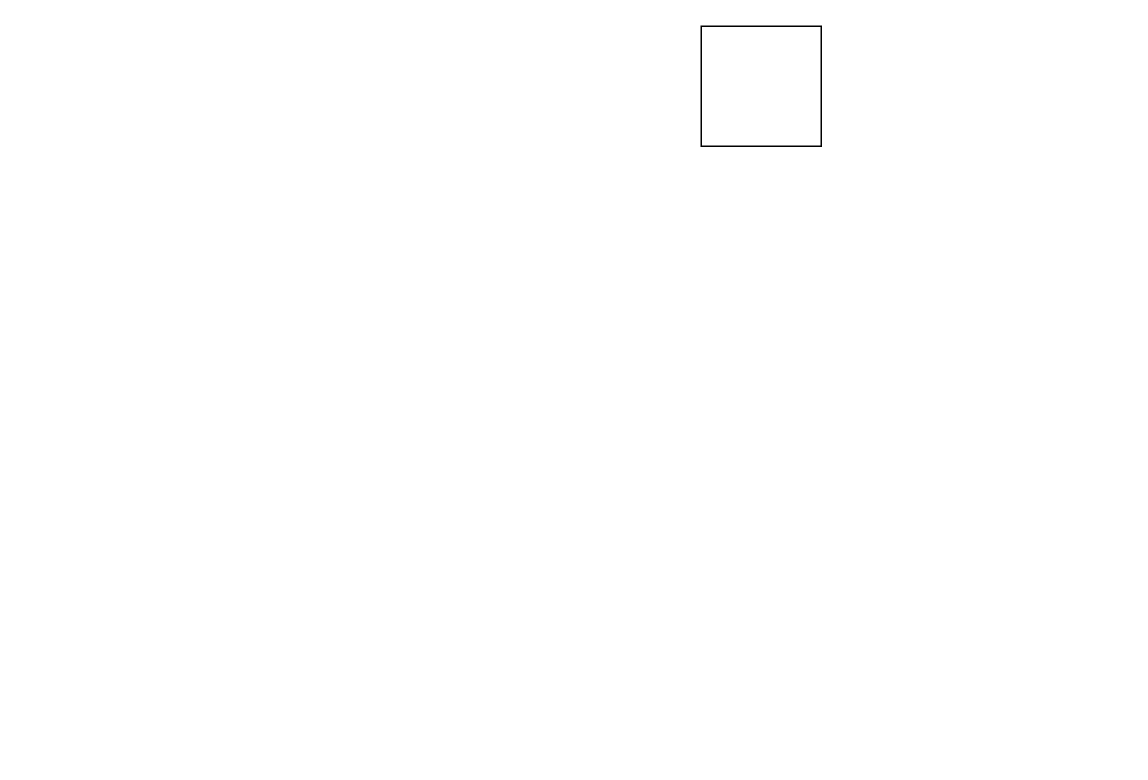
Before: Untitled Diagram.drawio in fovegage/argocd-lab, a draw.io diagram. Source tidied: cells renumbered, new cells numbered last; positions are measured from the earlier drawing's top-left corner, leaving out a move shared by most shapes. Both pictures are drawn from the tidied source at 150%, with x=0, y=0 at pixel (700, 26).
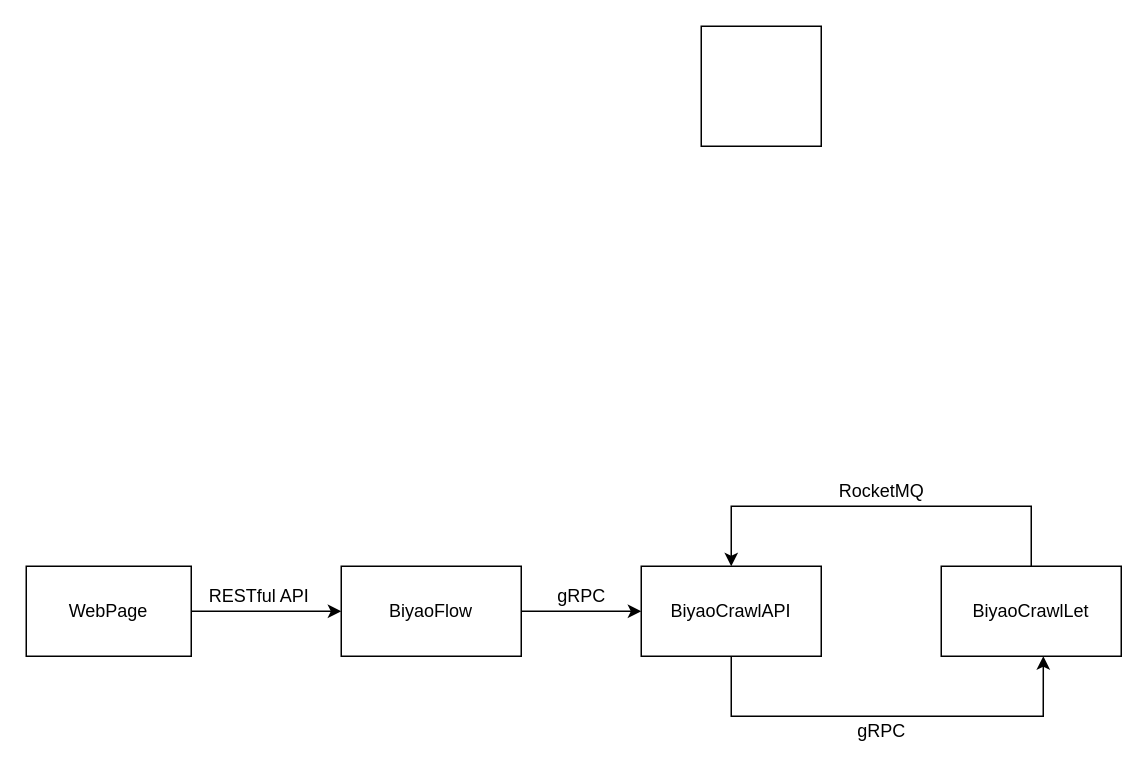
After the change.

What changed in the source:
```diff
@@
 <mxGraphModel>
   <root>
     <mxCell id="0" />
     <mxCell id="1" parent="0" />
     <mxCell id="2" style="whiteSpace=wrap;html=1;" parent="1" vertex="1">
       <mxGeometry width="80" height="80" as="geometry" />
     </mxCell>
+    <mxCell id="3" style="edgeStyle=orthogonalEdgeStyle;rounded=0;jettySize=auto;html=1;" parent="1" edge="1" source="4" target="6">
+      <mxGeometry relative="1" as="geometry" />
+    </mxCell>
+    <mxCell id="4" value="WebPage" style="rounded=0;whiteSpace=wrap;html=1;" parent="1" vertex="1">
+      <mxGeometry x="-450" y="360" width="110" height="60" as="geometry" />
+    </mxCell>
+    <mxCell id="5" style="edgeStyle=orthogonalEdgeStyle;rounded=0;jettySize=auto;html=1;" parent="1" edge="1" source="6" target="8">
+      <mxGeometry relative="1" as="geometry" />
+    </mxCell>
+    <mxCell id="6" value="BiyaoFlow" style="rounded=0;whiteSpace=wrap;html=1;" parent="1" vertex="1">
+      <mxGeometry x="-240" y="360" width="120" height="60" as="geometry" />
+    </mxCell>
+    <mxCell id="7" style="edgeStyle=orthogonalEdgeStyle;rounded=0;jettySize=auto;html=1;entryX=0.567;entryY=1;entryDx=0;entryDy=0;entryPerimeter=0;" parent="1" edge="1" source="8" target="10">
+      <mxGeometry relative="1" as="geometry">
+        <Array as="points">
+          <mxPoint x="20" y="460" />
+          <mxPoint x="228" y="460" />
+        </Array>
+      </mxGeometry>
+    </mxCell>
+    <mxCell id="8" value="BiyaoCrawlAPI" style="rounded=0;whiteSpace=wrap;html=1;" parent="1" vertex="1">
+      <mxGeometry x="-40" y="360" width="120" height="60" as="geometry" />
+    </mxCell>
+    <mxCell id="9" style="edgeStyle=orthogonalEdgeStyle;rounded=0;jettySize=auto;html=1;entryX=0.5;entryY=0;entryDx=0;entryDy=0;" parent="1" edge="1" source="10" target="8">
+      <mxGeometry relative="1" as="geometry">
+        <Array as="points">
+          <mxPoint x="220" y="320" />
+          <mxPoint x="20" y="320" />
+        </Array>
+      </mxGeometry>
+    </mxCell>
+    <mxCell id="10" value="BiyaoCrawlLet" style="rounded=0;whiteSpace=wrap;html=1;" parent="1" vertex="1">
+      <mxGeometry x="160" y="360" width="120" height="60" as="geometry" />
+    </mxCell>
+    <mxCell id="11" value="RocketMQ" style="text;html=1;align=center;verticalAlign=middle;strokeColor=none;fillColor=none;" parent="1" vertex="1">
+      <mxGeometry x="80" y="295" width="80" height="30" as="geometry" />
+    </mxCell>
+    <mxCell id="12" value="gRPC" style="text;html=1;align=center;verticalAlign=middle;strokeColor=none;fillColor=none;" parent="1" vertex="1">
+      <mxGeometry x="90" y="455" width="60" height="30" as="geometry" />
+    </mxCell>
+    <mxCell id="13" value="gRPC" style="text;html=1;align=center;verticalAlign=middle;strokeColor=none;fillColor=none;" parent="1" vertex="1">
+      <mxGeometry x="-110" y="365" width="60" height="30" as="geometry" />
+    </mxCell>
+    <mxCell id="14" value="RESTful API" style="text;html=1;align=center;verticalAlign=middle;strokeColor=none;fillColor=none;" parent="1" vertex="1">
+      <mxGeometry x="-340" y="365" width="90" height="30" as="geometry" />
+    </mxCell>
   </root>
 </mxGraphModel>
```
